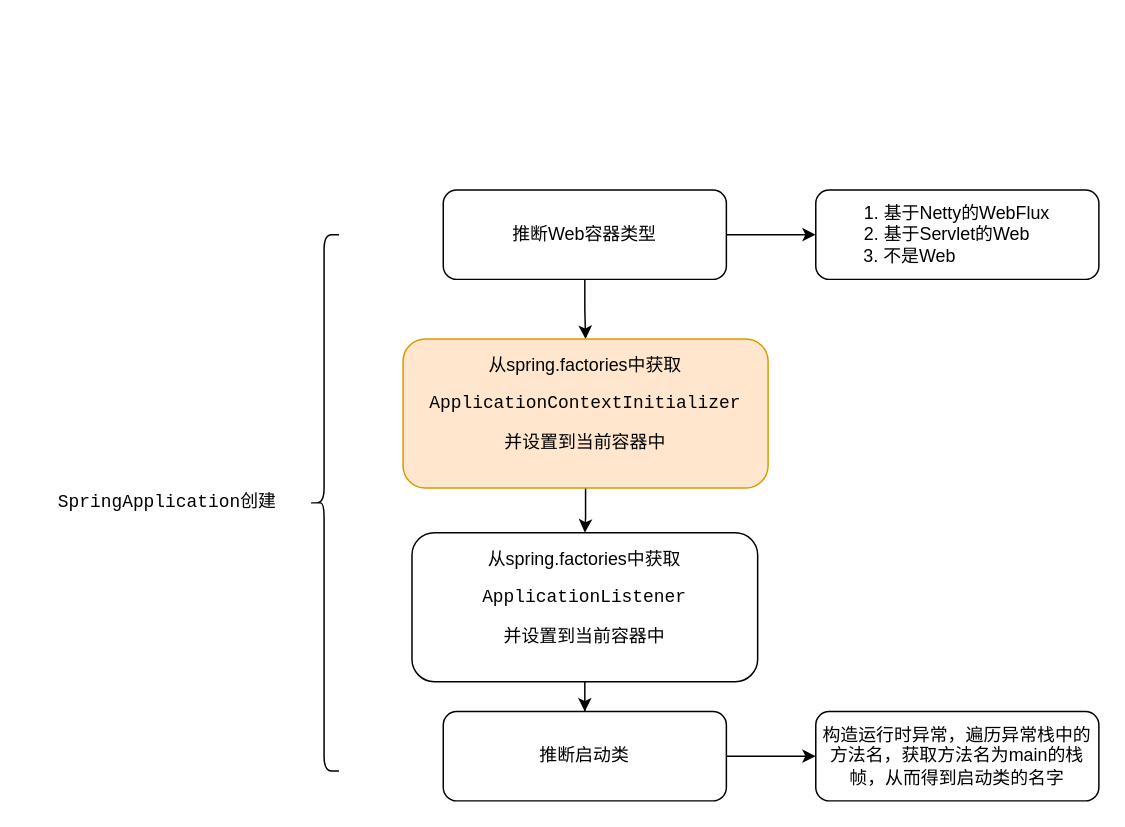
The draw.io diagram spring/spring boot启动流程.drawio in erlieStar/diagrams, before the edit. Source tidied: cells renumbered, new cells numbered last; positions are measured from the earlier drawing's top-left corner, leaving out a move shared by most shapes. Both pictures are drawn from the tidied source at 149%, with x=0, y=0 at pixel (25, 189).
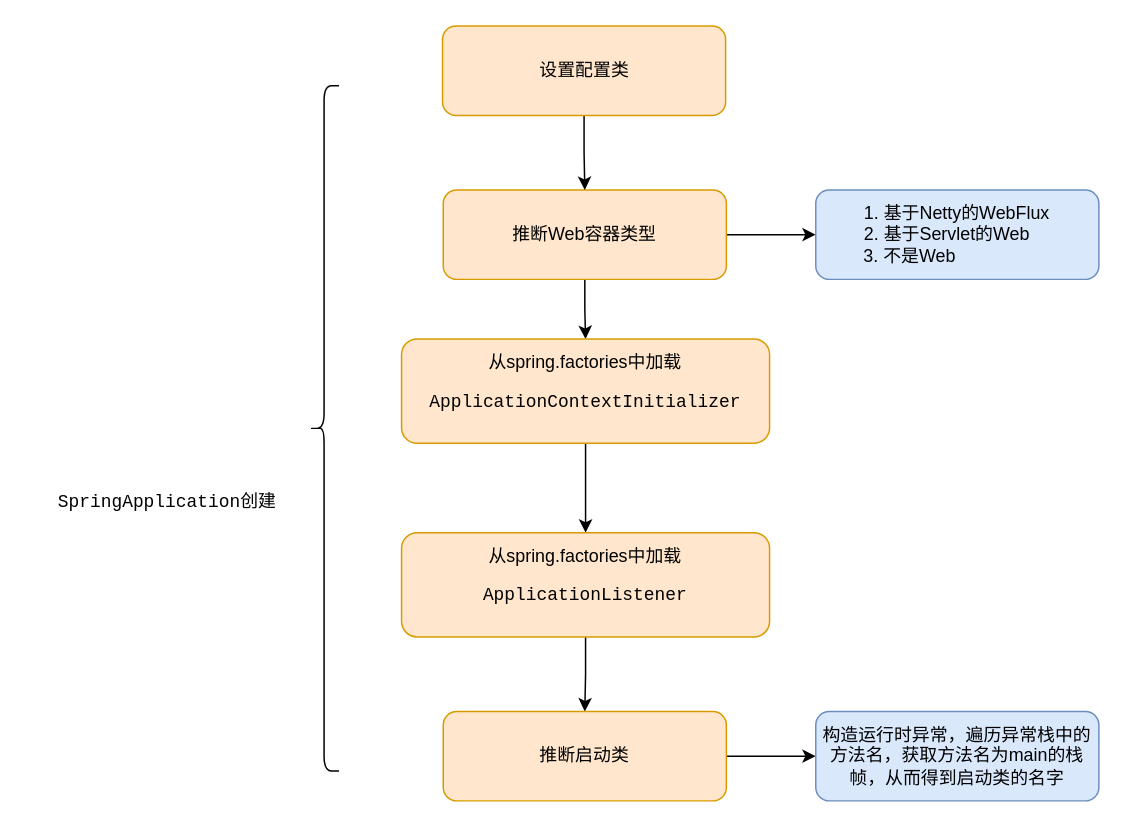
The same diagram, later.

The edit, as a diff of the source:
```diff
@@
 <mxGraphModel>
   <root>
     <mxCell id="0" />
     <mxCell id="1" parent="0" />
     <mxCell id="2" style="edgeStyle=orthogonalEdgeStyle;rounded=0;jettySize=auto;html=1;entryX=0.5;entryY=0;entryDx=0;entryDy=0;" parent="1" edge="1" source="4" target="7">
       <mxGeometry relative="1" as="geometry" />
     </mxCell>
     <mxCell id="3" style="edgeStyle=orthogonalEdgeStyle;rounded=0;jettySize=auto;html=1;exitX=1;exitY=0.5;exitDx=0;exitDy=0;entryX=0;entryY=0.5;entryDx=0;entryDy=0;" parent="1" edge="1" source="4" target="5">
       <mxGeometry relative="1" as="geometry" />
     </mxCell>
-    <mxCell id="4" value="推断Web容器类型" style="rounded=1;whiteSpace=wrap;html=1;" parent="1" vertex="1">
+    <mxCell id="4" value="推断Web容器类型" style="rounded=1;whiteSpace=wrap;html=1;fillColor=#ffe6cc;strokeColor=#d79b00;" parent="1" vertex="1">
       <mxGeometry x="280" width="190" height="60" as="geometry" />
     </mxCell>
-    <mxCell id="5" value="1. 基于Netty的WebFlux&lt;br&gt;2. 基于Servlet的Web&amp;nbsp; &amp;nbsp;&amp;nbsp;&lt;br&gt;3. 不是Web&amp;nbsp; &amp;nbsp; &amp;nbsp; &amp;nbsp; &amp;nbsp; &amp;nbsp; &amp;nbsp; &amp;nbsp; &amp;nbsp; &amp;nbsp;" style="rounded=1;whiteSpace=wrap;html=1;" parent="1" vertex="1">
+    <mxCell id="5" value="1. 基于Netty的WebFlux&lt;br&gt;2. 基于Servlet的Web&amp;nbsp; &amp;nbsp;&amp;nbsp;&lt;br&gt;3. 不是Web&amp;nbsp; &amp;nbsp; &amp;nbsp; &amp;nbsp; &amp;nbsp; &amp;nbsp; &amp;nbsp; &amp;nbsp; &amp;nbsp; &amp;nbsp;" style="rounded=1;whiteSpace=wrap;html=1;fillColor=#dae8fc;strokeColor=#6c8ebf;" parent="1" vertex="1">
       <mxGeometry x="530" width="190" height="60" as="geometry" />
     </mxCell>
     <mxCell id="6" style="edgeStyle=orthogonalEdgeStyle;rounded=0;jettySize=auto;html=1;entryX=0.5;entryY=0;entryDx=0;entryDy=0;" parent="1" edge="1" source="7" target="9">
       <mxGeometry relative="1" as="geometry" />
     </mxCell>
-    <mxCell id="7" value="从spring.factories中获取&lt;br&gt;&lt;pre&gt;ApplicationContextInitializer&lt;/pre&gt;&lt;pre&gt;并设置到当前容器中&lt;/pre&gt;" style="rounded=1;whiteSpace=wrap;html=1;sketch=0;glass=0;shadow=0;fillColor=#ffe6cc;strokeColor=#d79b00;" parent="1" vertex="1">
-      <mxGeometry x="253" y="100" width="245" height="100" as="geometry" />
+    <mxCell id="7" value="从spring.factories中加载&lt;br&gt;&lt;pre&gt;ApplicationContextInitializer&lt;/pre&gt;" style="rounded=1;whiteSpace=wrap;html=1;sketch=0;glass=0;shadow=0;fillColor=#ffe6cc;strokeColor=#d79b00;" parent="1" vertex="1">
+      <mxGeometry x="252" y="100" width="247" height="70" as="geometry" />
     </mxCell>
     <mxCell id="8" style="edgeStyle=orthogonalEdgeStyle;rounded=0;jettySize=auto;html=1;" parent="1" edge="1" source="9" target="11">
       <mxGeometry relative="1" as="geometry" />
     </mxCell>
-    <mxCell id="9" value="从spring.factories中获取&lt;br&gt;&lt;pre&gt;&lt;pre&gt;ApplicationListener&lt;/pre&gt;&lt;/pre&gt;&lt;pre&gt;并设置到当前容器中&lt;/pre&gt;" style="rounded=1;whiteSpace=wrap;html=1;" parent="1" vertex="1">
-      <mxGeometry x="259" y="230" width="232" height="100" as="geometry" />
+    <mxCell id="9" value="从spring.factories中加载&lt;br&gt;&lt;pre&gt;&lt;pre&gt;ApplicationListener&lt;/pre&gt;&lt;/pre&gt;" style="rounded=1;whiteSpace=wrap;html=1;fillColor=#ffe6cc;strokeColor=#d79b00;" parent="1" vertex="1">
+      <mxGeometry x="252" y="230" width="247" height="70" as="geometry" />
     </mxCell>
     <mxCell id="10" style="edgeStyle=orthogonalEdgeStyle;rounded=0;jettySize=auto;html=1;exitX=1;exitY=0.5;exitDx=0;exitDy=0;entryX=0;entryY=0.5;entryDx=0;entryDy=0;" parent="1" edge="1" source="11" target="12">
       <mxGeometry relative="1" as="geometry" />
     </mxCell>
-    <mxCell id="11" value="推断启动类" style="rounded=1;whiteSpace=wrap;html=1;" parent="1" vertex="1">
+    <mxCell id="11" value="推断启动类" style="rounded=1;whiteSpace=wrap;html=1;fillColor=#ffe6cc;strokeColor=#d79b00;" parent="1" vertex="1">
       <mxGeometry x="280" y="350" width="190" height="60" as="geometry" />
     </mxCell>
-    <mxCell id="12" value="构造运行时异常，遍历异常栈中的方法名，获取方法名为main的&lt;span&gt;栈帧，从而得到启动类的名字&lt;/span&gt;" style="rounded=1;whiteSpace=wrap;html=1;" parent="1" vertex="1">
+    <mxCell id="12" value="构造运行时异常，遍历异常栈中的方法名，获取方法名为main的&lt;span&gt;栈帧，从而得到启动类的名字&lt;/span&gt;" style="rounded=1;whiteSpace=wrap;html=1;fillColor=#dae8fc;strokeColor=#6c8ebf;" parent="1" vertex="1">
       <mxGeometry x="530" y="350" width="190" height="60" as="geometry" />
     </mxCell>
     <mxCell id="13" style="shape=curlyBracket;whiteSpace=wrap;html=1;rounded=1;shadow=0;glass=0;sketch=0;" parent="1" vertex="1">
-      <mxGeometry x="190" y="30" width="20" height="360" as="geometry" />
+      <mxGeometry x="190" y="-70" width="20" height="460" as="geometry" />
     </mxCell>
     <mxCell id="14" value="&lt;pre&gt;SpringApplication创建&lt;/pre&gt;" style="text;html=1;strokeColor=none;fillColor=none;align=center;verticalAlign=middle;whiteSpace=wrap;rounded=0;shadow=0;glass=0;sketch=0;" parent="1" vertex="1">
       <mxGeometry y="200" width="190" height="20" as="geometry" />
     </mxCell>
+    <mxCell id="15" style="edgeStyle=orthogonalEdgeStyle;rounded=0;jettySize=auto;html=1;exitX=0.5;exitY=1;exitDx=0;exitDy=0;entryX=0.5;entryY=0;entryDx=0;entryDy=0;" parent="1" edge="1" source="16" target="4">
+      <mxGeometry relative="1" as="geometry" />
+    </mxCell>
+    <mxCell id="16" value="设置配置类" style="rounded=1;whiteSpace=wrap;html=1;fillColor=#ffe6cc;strokeColor=#d79b00;" parent="1" vertex="1">
+      <mxGeometry x="279.5" y="-110" width="190" height="60" as="geometry" />
+    </mxCell>
   </root>
 </mxGraphModel>
```
